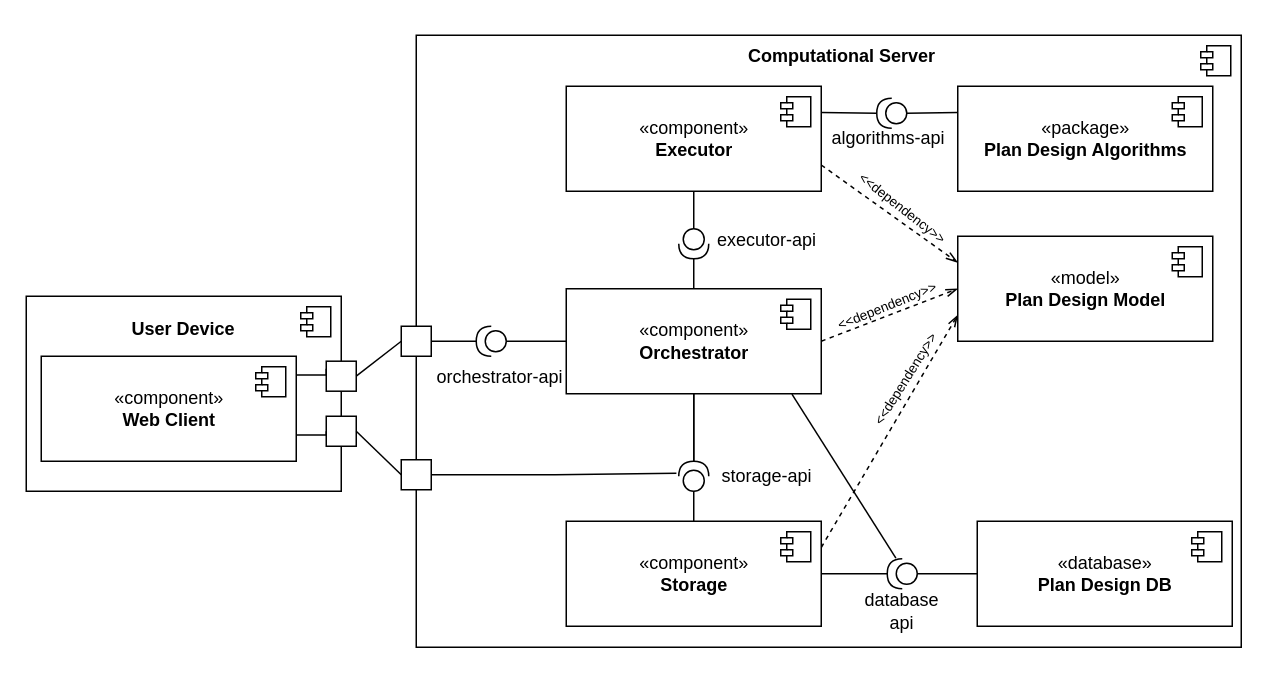
Earlier version of the draw.io diagram master/sources/diploma/architecture/diagrams/common/component.drawio (stalker-fc/diploma). Source tidied: cells renumbered, new cells numbered last; positions are measured from the earlier drawing's top-left corner, leaving out a move shared by most shapes. Both pictures are drawn from the tidied source at 150%, with x=0, y=0 at pixel (26, 26).
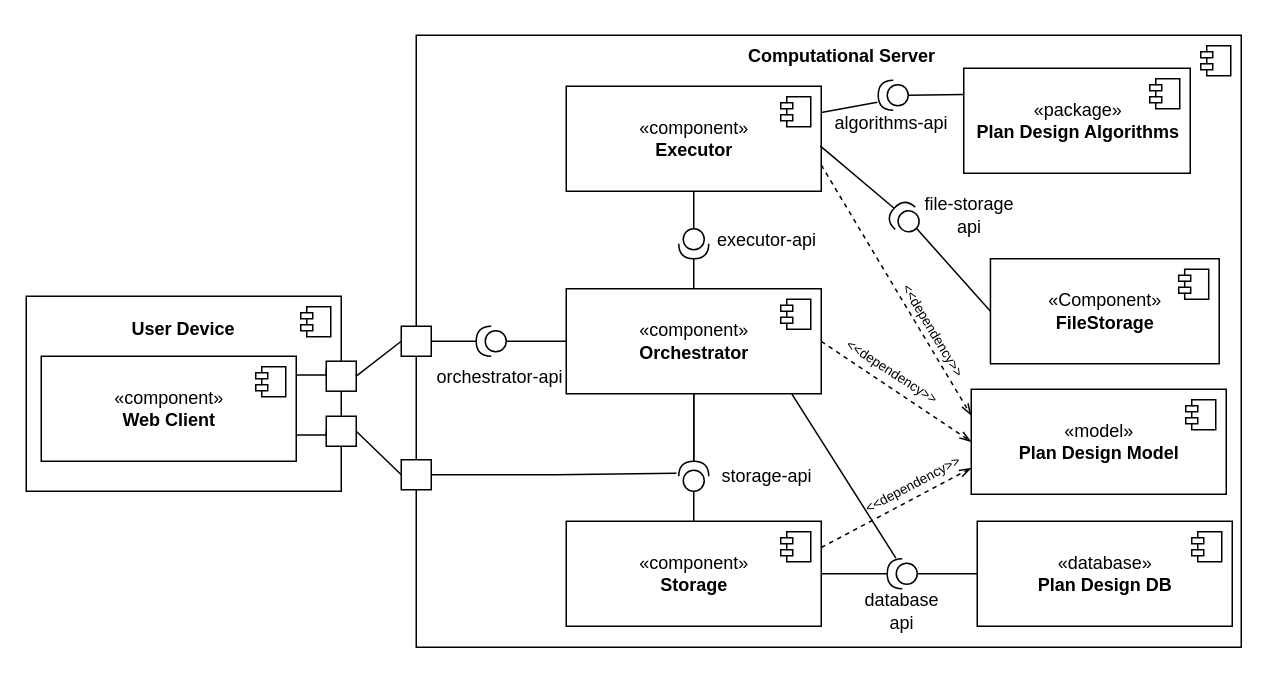
The same page after the edit.

The change refers to these unchanged cells:
```xml
<mxCell id="16" value="«component»&lt;br&gt;&lt;b&gt;Executor&lt;/b&gt;" style="html=1;" parent="1" vertex="1">
  <mxGeometry x="360" y="40" width="170" height="70" as="geometry" />
</mxCell>
```

What changed in the source:
```diff
@@
     <mxCell id="26" value="«package»&lt;br&gt;&lt;b&gt;Plan Design Algorithms&lt;/b&gt;" style="html=1;" parent="1" vertex="1">
-      <mxGeometry x="621" y="40" width="170" height="70" as="geometry" />
+      <mxGeometry x="625" y="28" width="151" height="70" as="geometry" />
     </mxCell>
@@
     <mxCell id="41" value="«model»&lt;br&gt;&lt;b&gt;Plan Design Model&lt;/b&gt;" style="html=1;" parent="1" vertex="1">
-      <mxGeometry x="621" y="140" width="170" height="70" as="geometry" />
+      <mxGeometry x="630" y="242" width="170" height="70" as="geometry" />
     </mxCell>
@@
-    <mxCell id="54" style="edgeStyle=none;rounded=0;jettySize=auto;html=1;exitX=1;exitY=0.5;exitDx=0;exitDy=0;exitPerimeter=0;entryX=1;entryY=0.25;entryDx=0;entryDy=0;endArrow=none;endFill=0;" parent="1" edge="1" source="55" target="16">
+    <mxCell id="54" style="edgeStyle=none;rounded=0;jettySize=auto;html=1;exitX=1.031;exitY=0.264;exitDx=0;exitDy=0;exitPerimeter=0;entryX=1;entryY=0.25;entryDx=0;entryDy=0;endArrow=none;endFill=0;" parent="1" edge="1" source="55" target="16">
       <mxGeometry relative="1" as="geometry" />
     </mxCell>
     <mxCell id="55" style="shape=providedRequiredInterface;html=1;verticalLabelPosition=bottom;sketch=0;direction=west;" parent="1" vertex="1">
-      <mxGeometry x="567" y="48" width="20" height="20" as="geometry" />
+      <mxGeometry x="568" y="36" width="20" height="20" as="geometry" />
     </mxCell>
     <mxCell id="56" value="algorithms-api" style="text;html=1;strokeColor=none;fillColor=none;align=center;verticalAlign=middle;whiteSpace=wrap;rounded=0;" parent="1" vertex="1">
-      <mxGeometry x="525" y="60" width="100" height="30" as="geometry" />
+      <mxGeometry x="527" y="50" width="100" height="30" as="geometry" />
     </mxCell>
-    <mxCell id="57" value="&lt;font style=&quot;font-size: 9px&quot;&gt;&amp;lt;&amp;lt;dependency&amp;gt;&amp;gt;&lt;/font&gt;" style="text;html=1;strokeColor=none;fillColor=none;align=center;verticalAlign=middle;whiteSpace=wrap;rounded=0;rotation=38;" parent="1" vertex="1">
-      <mxGeometry x="555" y="106" width="60" height="30" as="geometry" />
-    </mxCell>
-    <mxCell id="58" value="&lt;font style=&quot;font-size: 9px&quot;&gt;&amp;lt;&amp;lt;dependency&amp;gt;&amp;gt;&lt;/font&gt;" style="text;html=1;strokeColor=none;fillColor=none;align=center;verticalAlign=middle;whiteSpace=wrap;rounded=0;rotation=338;" parent="1" vertex="1">
-      <mxGeometry x="544" y="171" width="60" height="30" as="geometry" />
+    <mxCell id="58" value="&lt;font style=&quot;font-size: 9px&quot;&gt;&amp;lt;&amp;lt;dependency&amp;gt;&amp;gt;&lt;/font&gt;" style="text;html=1;strokeColor=none;fillColor=none;align=center;verticalAlign=middle;whiteSpace=wrap;rounded=0;rotation=33;" parent="1" vertex="1">
+      <mxGeometry x="548" y="215" width="60" height="30" as="geometry" />
     </mxCell>
-    <mxCell id="59" value="&lt;font style=&quot;font-size: 9px&quot;&gt;&amp;lt;&amp;lt;dependency&amp;gt;&amp;gt;&lt;/font&gt;" style="text;html=1;strokeColor=none;fillColor=none;align=center;verticalAlign=middle;whiteSpace=wrap;rounded=0;rotation=302;" parent="1" vertex="1">
-      <mxGeometry x="556" y="220" width="60" height="30" as="geometry" />
+    <mxCell id="59" value="&lt;font style=&quot;font-size: 9px&quot;&gt;&amp;lt;&amp;lt;dependency&amp;gt;&amp;gt;&lt;/font&gt;" style="text;html=1;strokeColor=none;fillColor=none;align=center;verticalAlign=middle;whiteSpace=wrap;rounded=0;rotation=332;" parent="1" vertex="1">
+      <mxGeometry x="561" y="290" width="60" height="30" as="geometry" />
     </mxCell>
+    <mxCell id="60" value="«Component»&lt;br&gt;&lt;b&gt;FileStorage&lt;/b&gt;" style="html=1;fillColor=default;" parent="1" vertex="1">
+      <mxGeometry x="642.8" y="155" width="152.5" height="70" as="geometry" />
+    </mxCell>
+    <mxCell id="61" style="shape=module;jettyWidth=8;jettyHeight=4;fillColor=default;" parent="60" vertex="1">
+      <mxGeometry x="1" width="20" height="20" relative="1" as="geometry">
+        <mxPoint x="-27" y="7" as="offset" />
+      </mxGeometry>
+    </mxCell>
+    <mxCell id="62" style="edgeStyle=none;rounded=0;jettySize=auto;html=1;exitX=0;exitY=0.5;exitDx=0;exitDy=0;exitPerimeter=0;entryX=0;entryY=0.5;entryDx=0;entryDy=0;endArrow=none;endFill=0;" parent="1" edge="1" source="64" target="60">
+      <mxGeometry relative="1" as="geometry" />
+    </mxCell>
+    <mxCell id="63" style="edgeStyle=none;rounded=0;jettySize=auto;html=1;exitX=1;exitY=0.5;exitDx=0;exitDy=0;exitPerimeter=0;entryX=0.996;entryY=0.568;entryDx=0;entryDy=0;entryPerimeter=0;endArrow=none;endFill=0;" parent="1" edge="1" source="64" target="16">
+      <mxGeometry relative="1" as="geometry" />
+    </mxCell>
+    <mxCell id="64" style="shape=providedRequiredInterface;html=1;verticalLabelPosition=bottom;sketch=0;fillColor=default;direction=west;rotation=42;" parent="1" vertex="1">
+      <mxGeometry x="576" y="118" width="20" height="20" as="geometry" />
+    </mxCell>
+    <mxCell id="65" value="file-storage&lt;br&gt;api" style="text;html=1;strokeColor=none;fillColor=none;align=center;verticalAlign=middle;whiteSpace=wrap;rounded=0;rotation=0;" parent="1" vertex="1">
+      <mxGeometry x="588" y="113" width="82" height="25" as="geometry" />
+    </mxCell>
+    <mxCell id="57" value="&lt;font style=&quot;font-size: 9px&quot;&gt;&amp;lt;&amp;lt;dependency&amp;gt;&amp;gt;&lt;/font&gt;" style="text;html=1;strokeColor=none;fillColor=none;align=center;verticalAlign=middle;whiteSpace=wrap;rounded=0;rotation=59;" parent="1" vertex="1">
+      <mxGeometry x="576" y="195" width="60" height="15" as="geometry" />
+    </mxCell>
```
